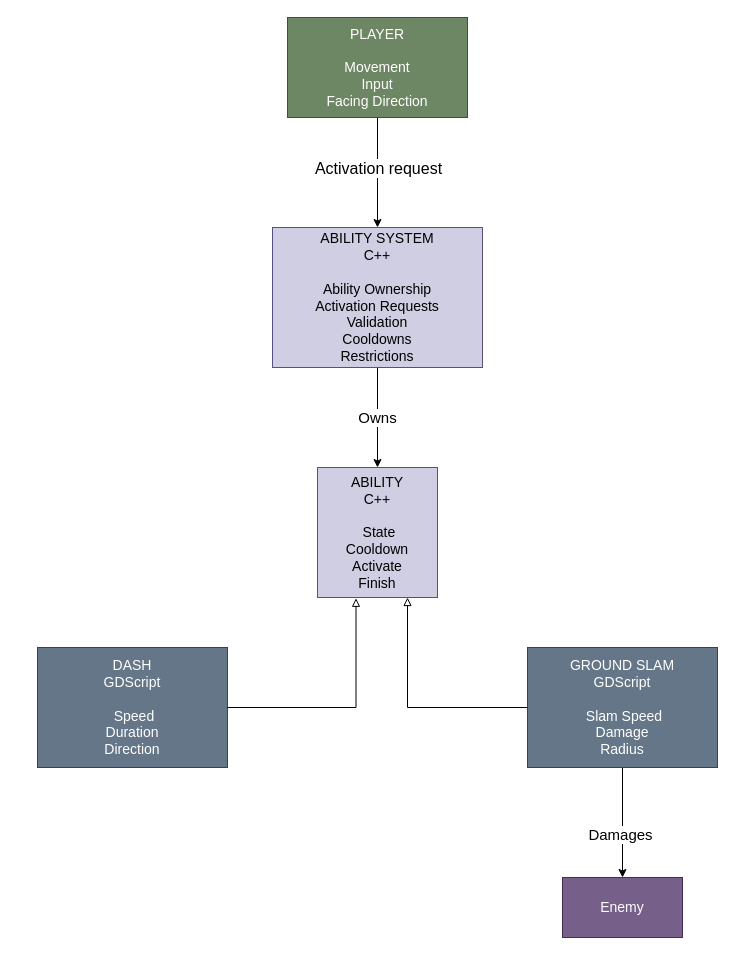
Earlier version of the draw.io diagram docs/diagrams/ability-system-architecture.drawio (Foxsia/3Dplatformer). Source tidied: cells renumbered, new cells numbered last; positions are measured from the earlier drawing's top-left corner, leaving out a move shared by most shapes. Both pictures are drawn from the tidied source at 100%, with x=0, y=0 at pixel (37, 17).
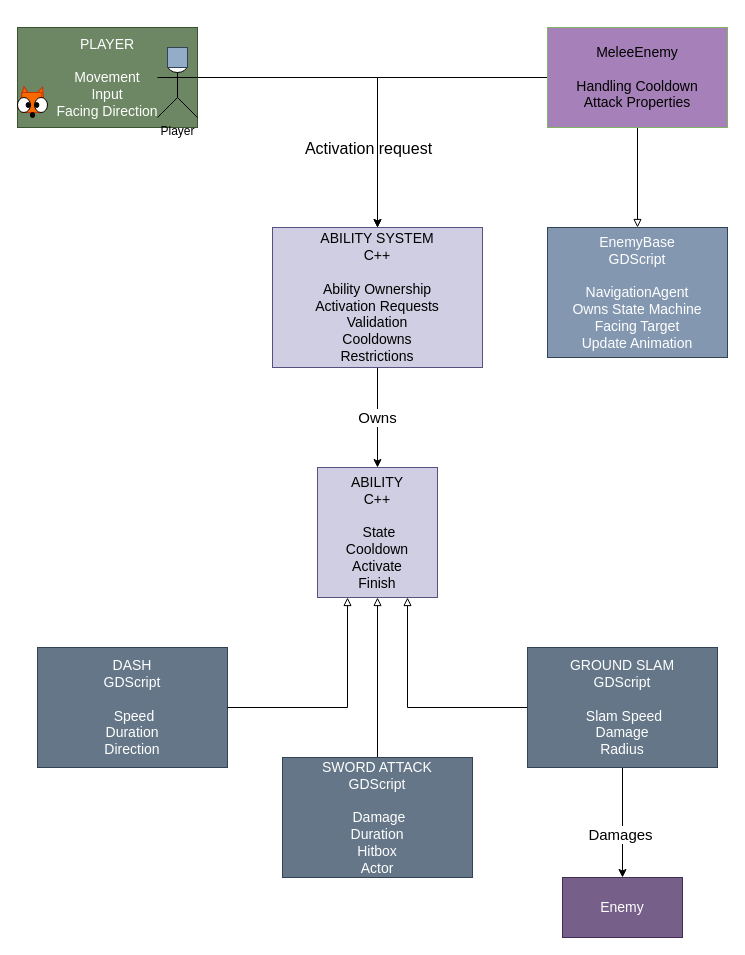
The same diagram, later.

Commit message:
Revise ability system architecture diagram

Unchanged cells that the change refers to:
```xml
<mxCell id="2" style="edgeStyle=orthogonalEdgeStyle;rounded=0;jettySize=auto;html=1;" parent="1" edge="1" source="4" target="7">
  <mxGeometry relative="1" as="geometry" />
</mxCell>
<mxCell id="7" value="&lt;font style=&quot;font-size: 14px;&quot;&gt;ABILITY SYSTEM&lt;br&gt;C++&lt;br&gt;&lt;br&gt;Ability Ownership&lt;br&gt;Activation Requests&lt;br&gt;Validation&lt;br&gt;Cooldowns&lt;br&gt;Restrictions&lt;/font&gt;" style="rounded=0;whiteSpace=wrap;html=1;fillColor=#d0cee2;strokeColor=#56517e;" parent="1" vertex="1">
  <mxGeometry x="235" y="210" width="210" height="140" as="geometry" />
</mxCell>
<mxCell id="8" value="&lt;font style=&quot;font-size: 14px;&quot;&gt;ABILITY&lt;br&gt;C++&lt;/font&gt;&lt;div&gt;&lt;span style=&quot;font-size: 14px;&quot;&gt;&lt;br&gt;&lt;/span&gt;&lt;div&gt;&lt;font style=&quot;font-size: 14px;&quot;&gt;&amp;nbsp;State&lt;br&gt;Cooldown&lt;br&gt;Activate&lt;br&gt;Finish&lt;/font&gt;&lt;/div&gt;&lt;/div&gt;" style="rounded=0;whiteSpace=wrap;html=1;fillColor=#d0cee2;strokeColor=#56517e;" parent="1" vertex="1">
  <mxGeometry x="280" y="450" width="120" height="130" as="geometry" />
</mxCell>
<mxCell id="9" value="&lt;font style=&quot;font-size: 14px;&quot;&gt;DASH&lt;br&gt;GDScript&lt;/font&gt;&lt;div&gt;&lt;font style=&quot;font-size: 14px;&quot;&gt;&lt;br&gt;&lt;/font&gt;&lt;/div&gt;&lt;div&gt;&lt;font style=&quot;font-size: 14px;&quot;&gt;&amp;nbsp;Speed&lt;br&gt;Duration&lt;br&gt;Direction&lt;/font&gt;&lt;/div&gt;" style="rounded=0;whiteSpace=wrap;html=1;fillColor=#647687;strokeColor=#314354;fontColor=#ffffff;" parent="1" vertex="1">
  <mxGeometry y="630" width="190" height="120" as="geometry" />
</mxCell>
```

The edit, as a diff of the source:
```diff
@@
     <mxCell id="3" value="Activation request" style="edgeLabel;html=1;align=center;verticalAlign=middle;fontSize=16;" parent="2" vertex="1">
       <mxGeometry x="-0.37" y="1" relative="1" as="geometry">
-        <mxPoint x="-1" y="15" as="offset" />
+        <mxPoint x="66" y="71" as="offset" />
       </mxGeometry>
     </mxCell>
     <mxCell id="4" value="&lt;div&gt;&lt;font style=&quot;font-size: 14px;&quot;&gt;PLAYER&lt;/font&gt;&lt;/div&gt;&lt;div&gt;&lt;font style=&quot;font-size: 14px;&quot;&gt;&lt;br&gt;&lt;/font&gt;&lt;/div&gt;&lt;font style=&quot;font-size: 14px;&quot;&gt;Movement&lt;/font&gt;&lt;div&gt;&lt;font style=&quot;font-size: 14px;&quot;&gt;Input&lt;/font&gt;&lt;/div&gt;&lt;div&gt;&lt;font style=&quot;font-size: 14px;&quot;&gt;Facing Direction&lt;/font&gt;&lt;/div&gt;" style="rounded=0;whiteSpace=wrap;html=1;fillColor=#6d8764;fontColor=#ffffff;strokeColor=#3A5431;" parent="1" vertex="1">
-      <mxGeometry x="250" width="180" height="100" as="geometry" />
+      <mxGeometry x="-20" y="10" width="180" height="100" as="geometry" />
     </mxCell>
@@
-    <mxCell id="14" style="edgeStyle=orthogonalEdgeStyle;rounded=0;jettySize=auto;html=1;entryX=0.321;entryY=1.006;entryDx=0;entryDy=0;entryPerimeter=0;endArrow=block;endFill=0;" parent="1" edge="1" source="9" target="8">
-      <mxGeometry relative="1" as="geometry" />
+    <mxCell id="14" style="edgeStyle=orthogonalEdgeStyle;rounded=0;jettySize=auto;html=1;entryX=0.25;entryY=1;entryDx=0;entryDy=0;endArrow=block;endFill=0;" parent="1" edge="1" source="9" target="8">
+      <mxGeometry x="0.03" relative="1" as="geometry" />
     </mxCell>
@@
+    <mxCell id="16" style="edgeStyle=orthogonalEdgeStyle;rounded=0;jettySize=auto;html=1;entryX=0.5;entryY=0;entryDx=0;entryDy=0;defaultLabelBackgroundColor=page;" parent="1" edge="1" source="18" target="7">
+      <mxGeometry relative="1" as="geometry" />
+    </mxCell>
+    <mxCell id="17" style="edgeStyle=orthogonalEdgeStyle;rounded=0;jettySize=auto;html=1;entryX=0.5;entryY=0;entryDx=0;entryDy=0;defaultLabelBackgroundColor=page;endArrow=block;endFill=0;" parent="1" edge="1" source="18" target="19">
+      <mxGeometry relative="1" as="geometry" />
+    </mxCell>
+    <mxCell id="18" value="&lt;div&gt;&lt;font style=&quot;font-size: 14px;&quot;&gt;MeleeEnemy&lt;/font&gt;&lt;/div&gt;&lt;div&gt;&lt;font style=&quot;font-size: 14px;&quot;&gt;&lt;br&gt;&lt;/font&gt;&lt;/div&gt;&lt;div&gt;&lt;font style=&quot;font-size: 14px;&quot;&gt;Handling Cooldown&lt;/font&gt;&lt;/div&gt;&lt;span style=&quot;font-size: 14px;&quot;&gt;Attack Properties&lt;/span&gt;" style="rounded=0;whiteSpace=wrap;html=1;fillColor=#A680B8;strokeColor=#82b366;" parent="1" vertex="1">
+      <mxGeometry x="510" y="10" width="180" height="100" as="geometry" />
+    </mxCell>
+    <mxCell id="19" value="&lt;div&gt;&lt;font style=&quot;font-size: 14px;&quot;&gt;EnemyBase&lt;/font&gt;&lt;/div&gt;&lt;div&gt;&lt;font style=&quot;font-size: 14px;&quot;&gt;GDScript&lt;/font&gt;&lt;/div&gt;&lt;div&gt;&lt;font style=&quot;font-size: 14px;&quot;&gt;&lt;br&gt;&lt;/font&gt;&lt;/div&gt;&lt;span style=&quot;font-size: 14px;&quot;&gt;NavigationAgent&lt;/span&gt;&lt;div&gt;&lt;span style=&quot;font-size: 14px;&quot;&gt;Owns State Machine&lt;/span&gt;&lt;/div&gt;&lt;div&gt;&lt;span style=&quot;font-size: 14px;&quot;&gt;Facing Target&lt;/span&gt;&lt;/div&gt;&lt;div&gt;&lt;span style=&quot;font-size: 14px;&quot;&gt;Update Animation&lt;/span&gt;&lt;/div&gt;" style="rounded=0;whiteSpace=wrap;html=1;fillColor=#8398B0;strokeColor=#314354;fontColor=#ffffff;" parent="1" vertex="1">
+      <mxGeometry x="510" y="210" width="180" height="130" as="geometry" />
+    </mxCell>
+    <mxCell id="20" style="edgeStyle=orthogonalEdgeStyle;rounded=0;jettySize=auto;html=1;entryX=0.5;entryY=1;entryDx=0;entryDy=0;defaultLabelBackgroundColor=page;endArrow=block;endFill=0;" parent="1" edge="1" source="21" target="8">
+      <mxGeometry relative="1" as="geometry" />
+    </mxCell>
+    <mxCell id="21" value="&lt;font style=&quot;font-size: 14px;&quot;&gt;SWORD ATTACK&lt;br&gt;GDScript&lt;/font&gt;&lt;div&gt;&lt;font style=&quot;font-size: 14px;&quot;&gt;&lt;br&gt;&lt;/font&gt;&lt;/div&gt;&lt;div&gt;&lt;font style=&quot;font-size: 14px;&quot;&gt;&amp;nbsp;Damage&lt;br&gt;Duration&lt;br&gt;Hitbox&lt;br&gt;Actor&lt;/font&gt;&lt;/div&gt;" style="rounded=0;whiteSpace=wrap;html=1;fillColor=#647687;strokeColor=#314354;fontColor=#ffffff;" parent="1" vertex="1">
+      <mxGeometry x="245" y="740" width="190" height="120" as="geometry" />
+    </mxCell>
+    <mxCell id="22" value="Player" style="shape=umlActor;verticalLabelPosition=bottom;verticalAlign=top;html=1;labelPerimeter=1;" parent="1" vertex="1">
+      <mxGeometry x="120" y="40" width="40" height="60" as="geometry" />
+    </mxCell>
+    <mxCell id="23" style="whiteSpace=wrap;html=1;fillColor=#93ACC7;fontColor=#ffffff;strokeColor=#314354;" parent="1" vertex="1">
+      <mxGeometry x="130" y="30" width="20" height="20" as="geometry" />
+    </mxCell>
+    <mxCell id="24" style="group;" parent="1" vertex="1">
+      <mxGeometry x="-20" y="70" width="30" height="30" as="geometry" />
+    </mxCell>
+    <mxCell id="25" style="triangle;whiteSpace=wrap;html=1;shapeInside=1;rotation=-185;fillColor=#fa6800;fontColor=#000000;strokeColor=#C73500;" parent="24" vertex="1">
+      <mxGeometry x="17.1" width="8.6" height="15" as="geometry" />
+    </mxCell>
+    <mxCell id="26" style="triangle;whiteSpace=wrap;html=1;shapeInside=1;rotation=15;fillColor=#fa6800;fontColor=#000000;strokeColor=#C73500;" parent="24" vertex="1">
+      <mxGeometry x="4.3" width="8.6" height="15" as="geometry" />
+    </mxCell>
+    <mxCell id="27" style="group;" parent="24" vertex="1">
+      <mxGeometry y="5" width="30" height="25" as="geometry" />
+    </mxCell>
+    <mxCell id="28" style="whiteSpace=wrap;html=1;fillColor=#fa6800;fontColor=#000000;strokeColor=#C73500;" parent="27" vertex="1">
+      <mxGeometry x="4.3" width="20" height="20" as="geometry" />
+    </mxCell>
+    <mxCell id="29" style="ellipse;whiteSpace=wrap;html=1;shapeInside=1;" parent="27" vertex="1">
+      <mxGeometry y="5" width="12.9" height="15" as="geometry" />
+    </mxCell>
+    <mxCell id="30" style="ellipse;whiteSpace=wrap;html=1;shapeInside=1;fillColor=#050505;" parent="27" vertex="1">
+      <mxGeometry x="8.6" y="10" width="4.3" height="5" as="geometry" />
+    </mxCell>
+    <mxCell id="31" style="ellipse;whiteSpace=wrap;html=1;shapeInside=1;" parent="27" vertex="1">
+      <mxGeometry x="17.1" y="5" width="12.9" height="15" as="geometry" />
+    </mxCell>
+    <mxCell id="32" style="ellipse;whiteSpace=wrap;html=1;shapeInside=1;fillColor=#050505;" parent="27" vertex="1">
+      <mxGeometry x="17.1" y="10" width="4.3" height="5" as="geometry" />
+    </mxCell>
+    <mxCell id="33" style="ellipse;whiteSpace=wrap;html=1;shapeInside=1;fillColor=#000000;" parent="27" vertex="1">
+      <mxGeometry x="12.9" y="20" width="4.3" height="5" as="geometry" />
+    </mxCell>
```
